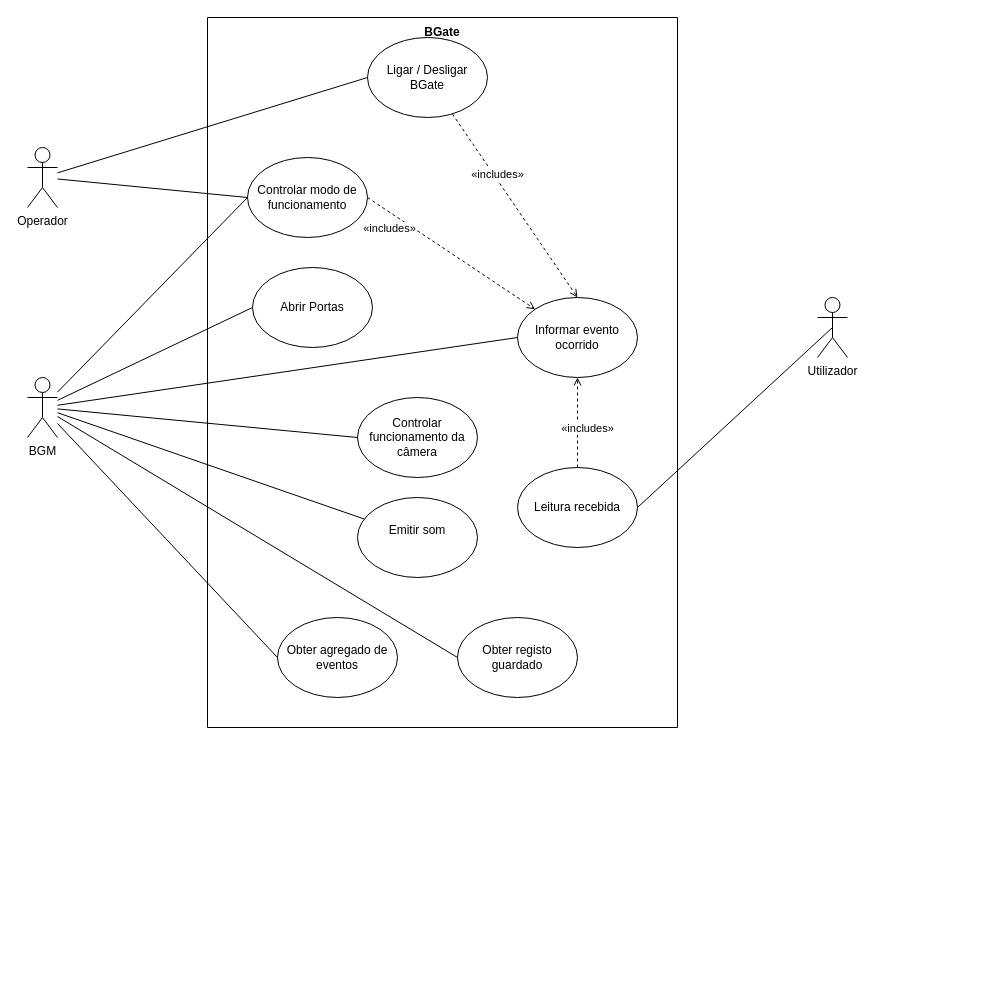
Earlier version of the draw.io diagram E2/models/U1.drawio (rodrigoFfreire/AMS-24-25). Source tidied: cells renumbered, new cells numbered last; positions are measured from the earlier drawing's top-left corner, leaving out a move shared by most shapes. Both pictures are drawn from the tidied source at 100%, with x=0, y=0 at pixel (27, 17).
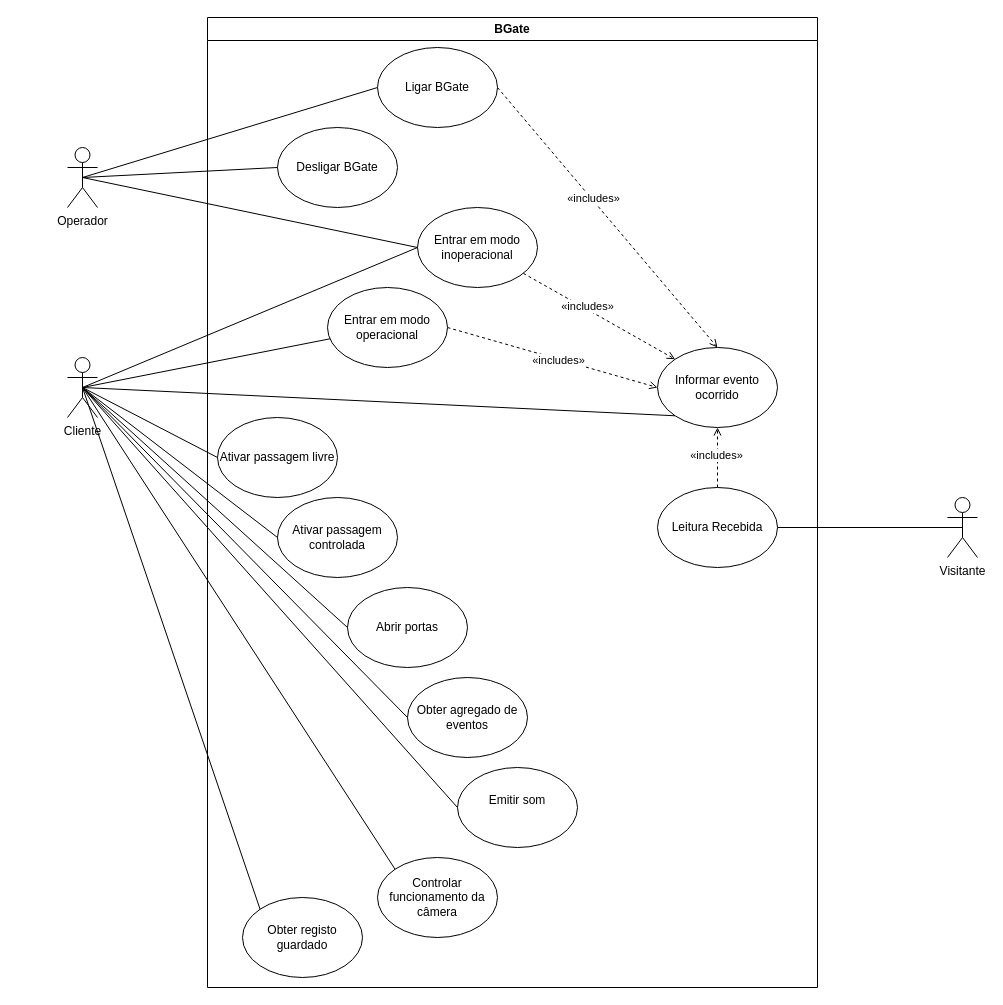
After the change.

Diff of the diagram source:
```diff
@@
-    <mxCell id="2" value="&#10;&#10;BGate" style="swimlane;startSize=0;" parent="1" vertex="1">
-      <mxGeometry x="180" width="470" height="710" as="geometry" />
+    <mxCell id="2" value="BGate" style="swimlane;whiteSpace=wrap;html=1;" parent="1" vertex="1">
+      <mxGeometry x="180" width="610" height="970" as="geometry" />
     </mxCell>
-    <mxCell id="3" value="«includes»" style="rounded=0;jettySize=auto;html=1;dashed=1;endArrow=open;endFill=0;" parent="2" edge="1" source="12" target="10">
-      <mxGeometry x="-0.14" y="-10" relative="1" as="geometry" />
-    </mxCell>
-    <mxCell id="4" style="rounded=0;jettySize=auto;html=1;entryX=0.5;entryY=0;entryDx=0;entryDy=0;endArrow=open;endFill=0;dashed=1;" parent="2" edge="1" source="6" target="10">
-      <mxGeometry relative="1" as="geometry" />
-    </mxCell>
-    <mxCell id="5" value="«includes»" style="edgeLabel;html=1;align=center;verticalAlign=middle;" parent="4" vertex="1">
-      <mxGeometry x="-0.25" y="-3" relative="1" as="geometry">
-        <mxPoint y="-10" as="offset" />
-      </mxGeometry>
-    </mxCell>
-    <mxCell id="6" value="Ligar / Desligar BGate" style="ellipse;whiteSpace=wrap;html=1;" parent="2" vertex="1">
-      <mxGeometry x="160" y="20" width="120" height="80" as="geometry" />
-    </mxCell>
-    <mxCell id="7" style="rounded=0;jettySize=auto;html=1;entryX=0;entryY=0;entryDx=0;entryDy=0;endArrow=open;endFill=0;dashed=1;exitX=1;exitY=0.5;exitDx=0;exitDy=0;" parent="2" edge="1" source="9" target="10">
-      <mxGeometry relative="1" as="geometry" />
-    </mxCell>
-    <mxCell id="8" value="«includes»" style="edgeLabel;html=1;align=center;verticalAlign=middle;" parent="7" vertex="1">
-      <mxGeometry x="0.4" y="1" relative="1" as="geometry">
-        <mxPoint x="-96" y="-47" as="offset" />
-      </mxGeometry>
-    </mxCell>
-    <mxCell id="9" value="Controlar modo de funcionamento" style="ellipse;whiteSpace=wrap;html=1;" parent="2" vertex="1">
-      <mxGeometry x="40" y="140" width="120" height="80" as="geometry" />
-    </mxCell>
+    <mxCell id="30" style="rounded=0;jettySize=auto;html=1;exitX=1;exitY=0.5;exitDx=0;exitDy=0;entryX=0.5;entryY=0;entryDx=0;entryDy=0;endArrow=open;endFill=0;dashed=1;" parent="2" edge="1" source="32" target="10">
+      <mxGeometry relative="1" as="geometry" />
+    </mxCell>
+    <mxCell id="31" value="«includes»" style="edgeLabel;html=1;align=center;verticalAlign=middle;" parent="30" vertex="1">
+      <mxGeometry x="-0.14" y="1" relative="1" as="geometry" />
+    </mxCell>
+    <mxCell id="32" value="Ligar BGate" style="ellipse;whiteSpace=wrap;html=1;" parent="2" vertex="1">
+      <mxGeometry x="170" y="30" width="120" height="80" as="geometry" />
+    </mxCell>
+    <mxCell id="33" style="rounded=0;jettySize=auto;html=1;exitX=1;exitY=0.5;exitDx=0;exitDy=0;entryX=0;entryY=0.5;entryDx=0;entryDy=0;endArrow=open;endFill=0;dashed=1;" parent="2" edge="1" source="35" target="10">
+      <mxGeometry relative="1" as="geometry" />
+    </mxCell>
+    <mxCell id="34" value="«includes»" style="edgeLabel;html=1;align=center;verticalAlign=middle;" parent="33" vertex="1">
+      <mxGeometry x="0.05" y="-1" relative="1" as="geometry" />
+    </mxCell>
+    <mxCell id="35" value="Entrar em modo operacional" style="ellipse;whiteSpace=wrap;html=1;" parent="2" vertex="1">
+      <mxGeometry x="120" y="270" width="120" height="80" as="geometry" />
+    </mxCell>
+    <mxCell id="36" style="rounded=0;jettySize=auto;html=1;entryX=0;entryY=0;entryDx=0;entryDy=0;endArrow=open;endFill=0;dashed=1;" parent="2" edge="1" source="38" target="10">
+      <mxGeometry relative="1" as="geometry" />
+    </mxCell>
+    <mxCell id="37" value="«includes»" style="edgeLabel;html=1;align=center;verticalAlign=middle;" parent="36" vertex="1">
+      <mxGeometry x="-0.19" y="3" relative="1" as="geometry" />
+    </mxCell>
+    <mxCell id="38" value="Entrar em modo inoperacional" style="ellipse;whiteSpace=wrap;html=1;" parent="2" vertex="1">
+      <mxGeometry x="210" y="190" width="120" height="80" as="geometry" />
+    </mxCell>
+    <mxCell id="39" style="rounded=0;jettySize=auto;html=1;exitX=0.5;exitY=0;exitDx=0;exitDy=0;entryX=0.5;entryY=1;entryDx=0;entryDy=0;endArrow=open;endFill=0;dashed=1;" parent="2" edge="1" source="41" target="10">
+      <mxGeometry relative="1" as="geometry" />
+    </mxCell>
+    <mxCell id="40" value="«includes»" style="edgeLabel;html=1;align=center;verticalAlign=middle;" parent="39" vertex="1">
+      <mxGeometry x="0.09" y="2" relative="1" as="geometry" />
+    </mxCell>
+    <mxCell id="41" value="Leitura Recebida" style="ellipse;whiteSpace=wrap;html=1;" parent="2" vertex="1">
+      <mxGeometry x="450" y="470" width="120" height="80" as="geometry" />
+    </mxCell>
     <mxCell id="10" value="Informar evento ocorrido" style="ellipse;whiteSpace=wrap;html=1;" parent="2" vertex="1">
-      <mxGeometry x="310" y="280" width="120" height="80" as="geometry" />
+      <mxGeometry x="450" y="330" width="120" height="80" as="geometry" />
     </mxCell>
+    <mxCell id="42" value="&lt;div&gt;Desligar BGate&lt;/div&gt;" style="ellipse;whiteSpace=wrap;html=1;" parent="2" vertex="1">
+      <mxGeometry x="70" y="110" width="120" height="80" as="geometry" />
+    </mxCell>
+    <mxCell id="43" value="Abrir portas" style="ellipse;whiteSpace=wrap;html=1;" parent="2" vertex="1">
+      <mxGeometry x="140" y="570" width="120" height="80" as="geometry" />
+    </mxCell>
+    <mxCell id="44" value="Ativar passagem livre" style="ellipse;whiteSpace=wrap;html=1;" parent="2" vertex="1">
+      <mxGeometry x="10" y="400" width="120" height="80" as="geometry" />
+    </mxCell>
+    <mxCell id="45" value="Ativar passagem controlada" style="ellipse;whiteSpace=wrap;html=1;" parent="2" vertex="1">
+      <mxGeometry x="70" y="480" width="120" height="80" as="geometry" />
+    </mxCell>
     <mxCell id="11" value="Controlar funcionamento da câmera" style="ellipse;whiteSpace=wrap;html=1;" parent="2" vertex="1">
-      <mxGeometry x="150" y="380" width="120" height="80" as="geometry" />
+      <mxGeometry x="170" y="840" width="120" height="80" as="geometry" />
     </mxCell>
-    <mxCell id="12" value="Leitura recebida" style="ellipse;whiteSpace=wrap;html=1;" parent="2" vertex="1">
-      <mxGeometry x="310" y="450" width="120" height="80" as="geometry" />
-    </mxCell>
     <mxCell id="13" value="Emitir som&lt;div&gt;&lt;br&gt;&lt;/div&gt;" style="ellipse;whiteSpace=wrap;html=1;" parent="2" vertex="1">
-      <mxGeometry x="150" y="480" width="120" height="80" as="geometry" />
+      <mxGeometry x="250" y="750" width="120" height="80" as="geometry" />
     </mxCell>
     <mxCell id="14" value="Obter registo guardado" style="ellipse;whiteSpace=wrap;html=1;" parent="2" vertex="1">
-      <mxGeometry x="250" y="600" width="120" height="80" as="geometry" />
+      <mxGeometry x="35" y="880" width="120" height="80" as="geometry" />
     </mxCell>
     <mxCell id="15" value="Obter agregado de eventos" style="ellipse;whiteSpace=wrap;html=1;" parent="2" vertex="1">
-      <mxGeometry x="70" y="600" width="120" height="80" as="geometry" />
+      <mxGeometry x="200" y="660" width="120" height="80" as="geometry" />
     </mxCell>
-    <mxCell id="16" style="rounded=0;jettySize=auto;html=1;entryX=0;entryY=0.5;entryDx=0;entryDy=0;endArrow=none;endFill=0;" parent="2" edge="1" source="17" target="27">
-      <mxGeometry relative="1" as="geometry" />
-    </mxCell>
-    <mxCell id="17" value="BGM" style="shape=umlActor;verticalLabelPosition=bottom;verticalAlign=top;html=1;outlineConnect=0;" parent="2" vertex="1">
-      <mxGeometry x="-180" y="360" width="30" height="60" as="geometry" />
-    </mxCell>
-    <mxCell id="18" style="rounded=0;jettySize=auto;html=1;entryX=0;entryY=0.5;entryDx=0;entryDy=0;endArrow=none;endFill=0;" parent="2" edge="1" source="17" target="9">
-      <mxGeometry relative="1" as="geometry" />
-    </mxCell>
+    <mxCell id="46" style="rounded=0;jettySize=auto;html=1;exitX=0.5;exitY=0.5;exitDx=0;exitDy=0;exitPerimeter=0;entryX=0;entryY=0.5;entryDx=0;entryDy=0;endArrow=none;endFill=0;" parent="1" edge="1" source="19" target="32">
+      <mxGeometry relative="1" as="geometry" />
+    </mxCell>
+    <mxCell id="47" style="rounded=0;jettySize=auto;html=1;exitX=0.5;exitY=0.5;exitDx=0;exitDy=0;exitPerimeter=0;entryX=0;entryY=0.5;entryDx=0;entryDy=0;endArrow=none;endFill=0;" parent="1" edge="1" source="19" target="42">
+      <mxGeometry relative="1" as="geometry" />
+    </mxCell>
+    <mxCell id="48" style="rounded=0;jettySize=auto;html=1;exitX=0.5;exitY=0.5;exitDx=0;exitDy=0;exitPerimeter=0;entryX=0;entryY=0.5;entryDx=0;entryDy=0;endArrow=none;endFill=0;" parent="1" edge="1" source="19" target="38">
+      <mxGeometry relative="1" as="geometry" />
+    </mxCell>
-    <mxCell id="19" value="Operador" style="shape=umlActor;verticalLabelPosition=bottom;verticalAlign=top;html=1;outlineConnect=0;" parent="2" vertex="1">
-      <mxGeometry x="-180" y="130" width="30" height="60" as="geometry" />
+    <mxCell id="19" value="Operador" style="shape=umlActor;verticalLabelPosition=bottom;verticalAlign=top;html=1;outlineConnect=0;" parent="1" vertex="1">
+      <mxGeometry x="40" y="130" width="30" height="60" as="geometry" />
     </mxCell>
-    <mxCell id="20" style="rounded=0;jettySize=auto;html=1;endArrow=none;endFill=0;" parent="2" edge="1" source="17" target="13">
-      <mxGeometry relative="1" as="geometry" />
-    </mxCell>
-    <mxCell id="21" style="rounded=0;jettySize=auto;html=1;entryX=0;entryY=0.5;entryDx=0;entryDy=0;endArrow=none;endFill=0;" parent="2" edge="1" source="17" target="14">
-      <mxGeometry relative="1" as="geometry" />
-    </mxCell>
-    <mxCell id="22" style="rounded=0;jettySize=auto;html=1;entryX=0;entryY=0.5;entryDx=0;entryDy=0;endArrow=none;endFill=0;" parent="2" edge="1" source="17" target="15">
-      <mxGeometry relative="1" as="geometry" />
-    </mxCell>
-    <mxCell id="23" style="rounded=0;jettySize=auto;html=1;entryX=0;entryY=0.5;entryDx=0;entryDy=0;fillColor=#ffe6cc;strokeColor=#000000;endArrow=none;endFill=0;" parent="2" edge="1" source="17" target="11">
-      <mxGeometry relative="1" as="geometry" />
-    </mxCell>
-    <mxCell id="24" style="rounded=0;jettySize=auto;html=1;entryX=0;entryY=0.5;entryDx=0;entryDy=0;endArrow=none;endFill=0;" parent="2" edge="1" source="17" target="10">
-      <mxGeometry relative="1" as="geometry" />
-    </mxCell>
-    <mxCell id="25" style="rounded=0;jettySize=auto;html=1;endArrow=none;endFill=0;entryX=0;entryY=0.5;entryDx=0;entryDy=0;" parent="2" edge="1" source="19" target="6">
-      <mxGeometry relative="1" as="geometry" />
-    </mxCell>
-    <mxCell id="26" style="rounded=0;jettySize=auto;html=1;entryX=0;entryY=0.5;entryDx=0;entryDy=0;endArrow=none;endFill=0;" parent="2" edge="1" source="19" target="9">
-      <mxGeometry relative="1" as="geometry" />
-    </mxCell>
-    <mxCell id="27" value="Abrir Portas" style="ellipse;whiteSpace=wrap;html=1;" parent="2" vertex="1">
-      <mxGeometry x="45" y="250" width="120" height="80" as="geometry" />
-    </mxCell>
-    <mxCell id="28" style="rounded=0;jettySize=auto;html=1;exitX=0.5;exitY=0.5;exitDx=0;exitDy=0;exitPerimeter=0;entryX=1;entryY=0.5;entryDx=0;entryDy=0;endArrow=none;endFill=0;" parent="1" edge="1" source="29" target="12">
-      <mxGeometry relative="1" as="geometry" />
-    </mxCell>
-    <mxCell id="29" value="Utilizador" style="shape=umlActor;verticalLabelPosition=bottom;verticalAlign=top;html=1;outlineConnect=0;" parent="1" vertex="1">
-      <mxGeometry x="790" y="280" width="30" height="60" as="geometry" />
-    </mxCell>
+    <mxCell id="49" style="rounded=0;jettySize=auto;html=1;exitX=0.5;exitY=0.5;exitDx=0;exitDy=0;exitPerimeter=0;entryX=1;entryY=0.5;entryDx=0;entryDy=0;endArrow=none;endFill=0;" parent="1" edge="1" source="50" target="41">
+      <mxGeometry relative="1" as="geometry" />
+    </mxCell>
+    <mxCell id="50" value="Visitante" style="shape=umlActor;verticalLabelPosition=bottom;verticalAlign=top;html=1;outlineConnect=0;" parent="1" vertex="1">
+      <mxGeometry x="920" y="480" width="30" height="60" as="geometry" />
+    </mxCell>
+    <mxCell id="51" style="rounded=0;jettySize=auto;html=1;exitX=0.5;exitY=0.5;exitDx=0;exitDy=0;exitPerimeter=0;entryX=0;entryY=0.5;entryDx=0;entryDy=0;endArrow=none;endFill=0;" parent="1" edge="1" source="61" target="38">
+      <mxGeometry relative="1" as="geometry" />
+    </mxCell>
+    <mxCell id="52" style="rounded=0;jettySize=auto;html=1;exitX=0.5;exitY=0.5;exitDx=0;exitDy=0;exitPerimeter=0;endArrow=none;endFill=0;" parent="1" edge="1" source="61" target="35">
+      <mxGeometry relative="1" as="geometry" />
+    </mxCell>
+    <mxCell id="53" style="rounded=0;jettySize=auto;html=1;exitX=0.5;exitY=0.5;exitDx=0;exitDy=0;exitPerimeter=0;entryX=0;entryY=1;entryDx=0;entryDy=0;endArrow=none;endFill=0;" parent="1" edge="1" source="61" target="10">
+      <mxGeometry relative="1" as="geometry" />
+    </mxCell>
+    <mxCell id="54" style="rounded=0;jettySize=auto;html=1;exitX=0.5;exitY=0.5;exitDx=0;exitDy=0;exitPerimeter=0;entryX=0;entryY=0.5;entryDx=0;entryDy=0;endArrow=none;endFill=0;" parent="1" edge="1" source="61" target="43">
+      <mxGeometry relative="1" as="geometry" />
+    </mxCell>
+    <mxCell id="55" style="rounded=0;jettySize=auto;html=1;exitX=0.5;exitY=0.5;exitDx=0;exitDy=0;exitPerimeter=0;entryX=0;entryY=0.5;entryDx=0;entryDy=0;endArrow=none;endFill=0;" parent="1" edge="1" source="61" target="45">
+      <mxGeometry relative="1" as="geometry" />
+    </mxCell>
+    <mxCell id="56" style="rounded=0;jettySize=auto;html=1;exitX=0.5;exitY=0.5;exitDx=0;exitDy=0;exitPerimeter=0;entryX=0;entryY=0.5;entryDx=0;entryDy=0;endArrow=none;endFill=0;" parent="1" edge="1" source="61" target="44">
+      <mxGeometry relative="1" as="geometry" />
+    </mxCell>
+    <mxCell id="57" style="rounded=0;jettySize=auto;html=1;exitX=0.5;exitY=0.5;exitDx=0;exitDy=0;exitPerimeter=0;entryX=0;entryY=0.5;entryDx=0;entryDy=0;endArrow=none;endFill=0;" parent="1" edge="1" source="61" target="15">
+      <mxGeometry relative="1" as="geometry" />
+    </mxCell>
+    <mxCell id="58" style="rounded=0;jettySize=auto;html=1;exitX=0.5;exitY=0.5;exitDx=0;exitDy=0;exitPerimeter=0;entryX=0;entryY=0.5;entryDx=0;entryDy=0;endArrow=none;endFill=0;" parent="1" edge="1" source="61" target="13">
+      <mxGeometry relative="1" as="geometry" />
+    </mxCell>
+    <mxCell id="59" style="rounded=0;jettySize=auto;html=1;exitX=0.5;exitY=0.5;exitDx=0;exitDy=0;exitPerimeter=0;entryX=0;entryY=0;entryDx=0;entryDy=0;endArrow=none;endFill=0;" parent="1" edge="1" source="61" target="11">
+      <mxGeometry relative="1" as="geometry" />
+    </mxCell>
+    <mxCell id="60" style="rounded=0;jettySize=auto;html=1;exitX=0.5;exitY=0.5;exitDx=0;exitDy=0;exitPerimeter=0;entryX=0;entryY=0;entryDx=0;entryDy=0;endArrow=none;endFill=0;" parent="1" edge="1" source="61" target="14">
+      <mxGeometry relative="1" as="geometry" />
+    </mxCell>
+    <mxCell id="61" value="Cliente" style="shape=umlActor;verticalLabelPosition=bottom;verticalAlign=top;html=1;outlineConnect=0;" parent="1" vertex="1">
+      <mxGeometry x="40" y="340" width="30" height="60" as="geometry" />
+    </mxCell>
```
